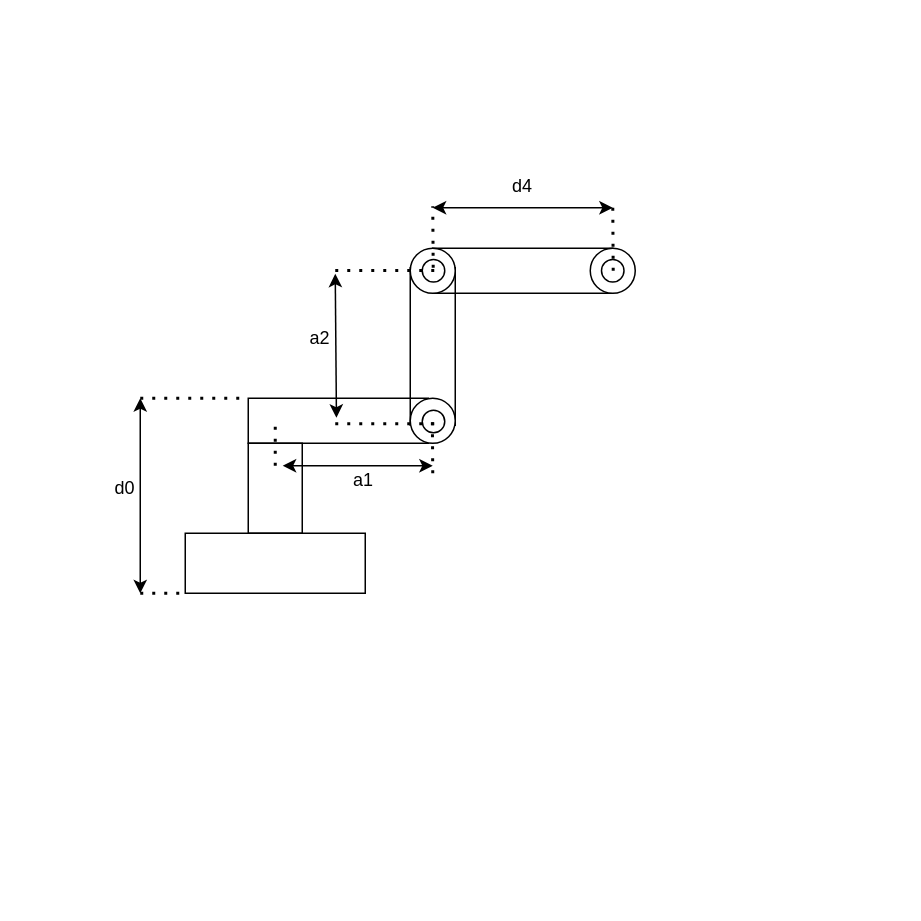
Above: moro.drawio in kbieniekpw/drawio_projects (draw.io), before the change. Source tidied: cells renumbered, new cells numbered last; positions are measured from the earlier drawing's top-left corner, leaving out a move shared by most shapes. Both pictures are drawn from the tidied source at 150%, with x=0, y=0 at pixel (80, 164).
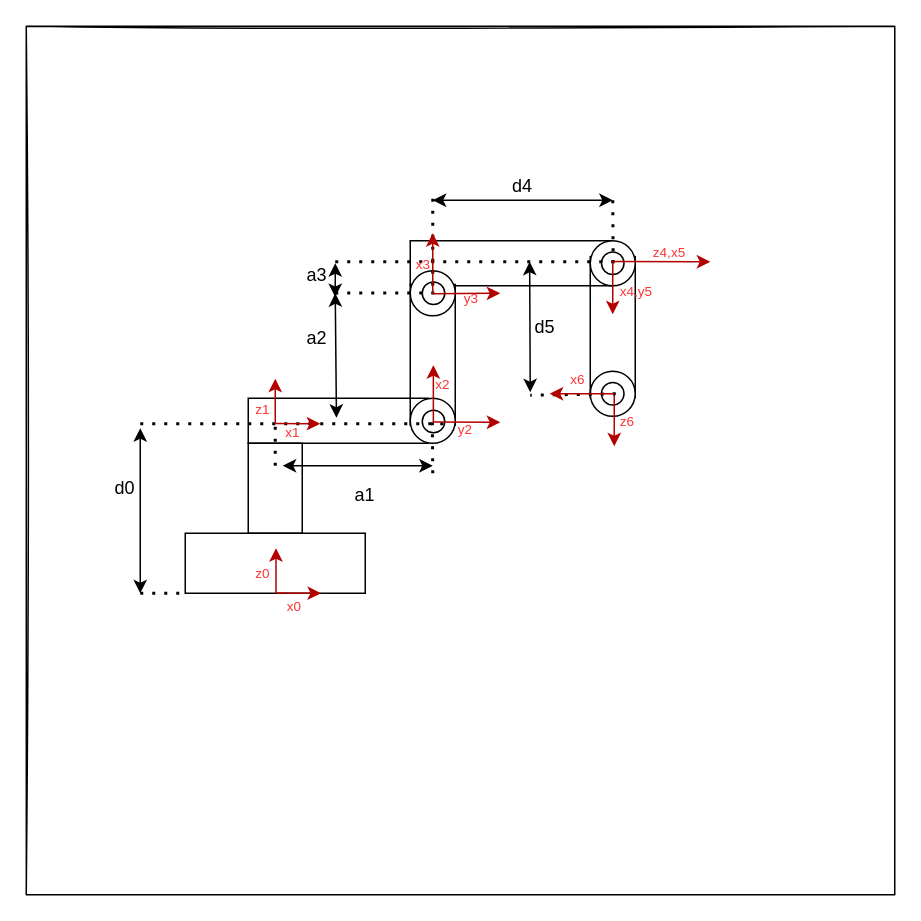
The same diagram, later.

Unchanged cells that the change refers to:
```xml
<mxCell id="5" style="rounded=0;whiteSpace=wrap;html=1;fillColor=none;" parent="1" vertex="1">
  <mxGeometry x="112" y="156" width="120" height="30" as="geometry" />
</mxCell>
```

The edit, as a diff of the source:
```diff
@@
+    <mxCell id="29" style="whiteSpace=wrap;html=1;sketch=1;fontSize=9;fontColor=#FF3333;fillColor=default;" parent="1" vertex="1">
+      <mxGeometry x="-36" y="-92" width="579" height="579" as="geometry" />
+    </mxCell>
+    <mxCell id="30" style="rounded=0;whiteSpace=wrap;html=1;rotation=-90;fillColor=none;" parent="1" vertex="1">
+      <mxGeometry x="308.1" y="93.5" width="93.8" height="30" as="geometry" />
+    </mxCell>
     <mxCell id="2" style="rounded=0;whiteSpace=wrap;html=1;fillColor=none;" parent="1" vertex="1">
-      <mxGeometry x="235" y="56" width="120" height="30" as="geometry" />
+      <mxGeometry x="220" y="51" width="135" height="30" as="geometry" />
     </mxCell>
     <mxCell id="3" style="rounded=0;whiteSpace=wrap;html=1;rotation=-90;fillColor=none;" parent="1" vertex="1">
-      <mxGeometry x="182.5" y="106.5" width="105" height="30" as="geometry" />
+      <mxGeometry x="188.1" y="112.1" width="93.8" height="30" as="geometry" />
     </mxCell>
@@
     <mxCell id="7" style="endArrow=classic;startArrow=classic;html=1;rounded=0;" parent="1" edge="1">
       <mxGeometry relative="1" as="geometry">
-        <mxPoint x="40" y="156" as="sourcePoint" />
+        <mxPoint x="40" y="176" as="sourcePoint" />
         <mxPoint x="40" y="286" as="targetPoint" />
       </mxGeometry>
     </mxCell>
-    <mxCell id="8" style="endArrow=none;dashed=1;html=1;dashPattern=1 3;strokeWidth=2;rounded=0;entryX=0;entryY=0;entryDx=0;entryDy=0;" parent="1" edge="1" target="5">
-      <mxGeometry relative="1" as="geometry">
-        <mxPoint x="40" y="156" as="sourcePoint" />
-      </mxGeometry>
-    </mxCell>
@@
     <mxCell id="13" value="a1" style="text;html=1;strokeColor=none;fillColor=none;align=center;verticalAlign=middle;whiteSpace=wrap;rounded=0;" parent="1" vertex="1">
-      <mxGeometry x="159" y="196" width="60" height="30" as="geometry" />
+      <mxGeometry x="160" y="206" width="60" height="30" as="geometry" />
     </mxCell>
@@
     <mxCell id="15" style="ellipse;whiteSpace=wrap;html=1;fillColor=default;" parent="1" vertex="1">
-      <mxGeometry x="220" y="56" width="30" height="30" as="geometry" />
+      <mxGeometry x="220" y="71" width="30" height="30" as="geometry" />
     </mxCell>
     <mxCell id="16" style="endArrow=classic;startArrow=classic;html=1;rounded=0;" parent="1" edge="1">
       <mxGeometry relative="1" as="geometry">
-        <mxPoint x="170" y="73" as="sourcePoint" />
+        <mxPoint x="170" y="86" as="sourcePoint" />
         <mxPoint x="170.8" y="169" as="targetPoint" />
       </mxGeometry>
     </mxCell>
-    <mxCell id="17" value="a2" style="text;html=1;strokeColor=none;fillColor=none;align=center;verticalAlign=middle;whiteSpace=wrap;rounded=0;" parent="1" vertex="1">
-      <mxGeometry x="130" y="100.5" width="60" height="30" as="geometry" />
+    <mxCell id="17" value="a3" style="text;html=1;strokeColor=none;fillColor=none;align=center;verticalAlign=middle;whiteSpace=wrap;rounded=0;" parent="1" vertex="1">
+      <mxGeometry x="128.1" y="58.5" width="60" height="30" as="geometry" />
     </mxCell>
     <mxCell id="18" style="ellipse;whiteSpace=wrap;html=1;fillColor=default;" parent="1" vertex="1">
-      <mxGeometry x="340" y="56" width="30" height="30" as="geometry" />
+      <mxGeometry x="340" y="51" width="30" height="30" as="geometry" />
     </mxCell>
     <mxCell id="19" style="endArrow=classic;startArrow=classic;html=1;rounded=0;" parent="1" edge="1">
       <mxGeometry relative="1" as="geometry">
-        <mxPoint x="235" y="29" as="sourcePoint" />
-        <mxPoint x="355" y="29" as="targetPoint" />
+        <mxPoint x="235" y="24" as="sourcePoint" />
+        <mxPoint x="355" y="24" as="targetPoint" />
       </mxGeometry>
     </mxCell>
@@
-    <mxCell id="23" style="endArrow=none;dashed=1;html=1;dashPattern=1 3;strokeWidth=2;rounded=0;" parent="1" edge="1">
-      <mxGeometry relative="1" as="geometry">
-        <mxPoint x="236" y="173" as="sourcePoint" />
-        <mxPoint x="166" y="173" as="targetPoint" />
-      </mxGeometry>
-    </mxCell>
     <mxCell id="24" style="ellipse;whiteSpace=wrap;html=1;fillColor=default;" parent="1" vertex="1">
-      <mxGeometry x="228" y="63.5" width="15" height="15" as="geometry" />
+      <mxGeometry x="228" y="78.5" width="15" height="15" as="geometry" />
     </mxCell>
     <mxCell id="25" style="ellipse;whiteSpace=wrap;html=1;fillColor=default;" parent="1" vertex="1">
-      <mxGeometry x="347.5" y="63.5" width="15" height="15" as="geometry" />
+      <mxGeometry x="347.5" y="58.5" width="15" height="15" as="geometry" />
     </mxCell>
     <mxCell id="26" style="endArrow=none;dashed=1;html=1;dashPattern=1 3;strokeWidth=2;rounded=0;" parent="1" edge="1">
       <mxGeometry relative="1" as="geometry">
-        <mxPoint x="235.3" y="69" as="sourcePoint" />
-        <mxPoint x="235" y="28" as="targetPoint" />
+        <mxPoint x="235" y="81" as="sourcePoint" />
+        <mxPoint x="235" y="23" as="targetPoint" />
       </mxGeometry>
     </mxCell>
     <mxCell id="27" style="endArrow=none;dashed=1;html=1;dashPattern=1 3;strokeWidth=2;rounded=0;" parent="1" edge="1">
       <mxGeometry relative="1" as="geometry">
-        <mxPoint x="236" y="70.8" as="sourcePoint" />
-        <mxPoint x="166" y="70.8" as="targetPoint" />
+        <mxPoint x="236" y="85.8" as="sourcePoint" />
+        <mxPoint x="166" y="85.8" as="targetPoint" />
       </mxGeometry>
     </mxCell>
     <mxCell id="28" style="endArrow=none;dashed=1;html=1;dashPattern=1 3;strokeWidth=2;rounded=0;" parent="1" edge="1">
       <mxGeometry relative="1" as="geometry">
-        <mxPoint x="355.3" y="71" as="sourcePoint" />
-        <mxPoint x="355" y="26" as="targetPoint" />
+        <mxPoint x="355.3" y="66" as="sourcePoint" />
+        <mxPoint x="355" y="21" as="targetPoint" />
       </mxGeometry>
     </mxCell>
+    <mxCell id="31" style="endArrow=none;dashed=1;html=1;dashPattern=1 3;strokeWidth=2;rounded=0;" parent="1" edge="1">
+      <mxGeometry relative="1" as="geometry">
+        <mxPoint x="356" y="65" as="sourcePoint" />
+        <mxPoint x="170" y="65" as="targetPoint" />
+      </mxGeometry>
+    </mxCell>
+    <mxCell id="32" style="endArrow=classic;startArrow=classic;html=1;rounded=0;" parent="1" edge="1">
+      <mxGeometry relative="1" as="geometry">
+        <mxPoint x="170" y="88.5" as="sourcePoint" />
+        <mxPoint x="170" y="66" as="targetPoint" />
+      </mxGeometry>
+    </mxCell>
+    <mxCell id="33" value="a2" style="text;html=1;strokeColor=none;fillColor=none;align=center;verticalAlign=middle;whiteSpace=wrap;rounded=0;" parent="1" vertex="1">
+      <mxGeometry x="128.1" y="101" width="60" height="30" as="geometry" />
+    </mxCell>
+    <mxCell id="34" style="endArrow=classic;html=1;rounded=0;fillColor=#e51400;strokeColor=#B20000;" parent="1" edge="1">
+      <mxGeometry relative="1" as="geometry">
+        <mxPoint x="130.5" y="285.8" as="sourcePoint" />
+        <mxPoint x="160.5" y="286" as="targetPoint" />
+      </mxGeometry>
+    </mxCell>
+    <mxCell id="35" style="endArrow=classic;html=1;rounded=0;fillColor=#e51400;strokeColor=#B20000;" parent="1" edge="1">
+      <mxGeometry relative="1" as="geometry">
+        <mxPoint x="130.5" y="285.8" as="sourcePoint" />
+        <mxPoint x="130.5" y="256" as="targetPoint" />
+      </mxGeometry>
+    </mxCell>
+    <mxCell id="36" value="&lt;font color=&quot;#ff3333&quot; style=&quot;font-size: 9px;&quot;&gt;x0&lt;/font&gt;" style="text;html=1;strokeColor=none;fillColor=none;align=center;verticalAlign=middle;whiteSpace=wrap;rounded=0;" parent="1" vertex="1">
+      <mxGeometry x="128.5" y="284" width="28" height="20" as="geometry" />
+    </mxCell>
+    <mxCell id="37" value="&lt;font color=&quot;#ff3333&quot; style=&quot;font-size: 9px;&quot;&gt;z0&lt;/font&gt;" style="text;html=1;strokeColor=none;fillColor=none;align=center;verticalAlign=middle;whiteSpace=wrap;rounded=0;" parent="1" vertex="1">
+      <mxGeometry x="107.5" y="262" width="28" height="20" as="geometry" />
+    </mxCell>
+    <mxCell id="38" value="&lt;font color=&quot;#ff3333&quot; style=&quot;font-size: 9px;&quot;&gt;x1&lt;/font&gt;" style="text;html=1;strokeColor=none;fillColor=none;align=center;verticalAlign=middle;whiteSpace=wrap;rounded=0;" parent="1" vertex="1">
+      <mxGeometry x="128" y="168" width="28" height="20" as="geometry" />
+    </mxCell>
+    <mxCell id="39" style="endArrow=none;dashed=1;html=1;dashPattern=1 3;strokeWidth=2;rounded=0;fontSize=9;fontColor=#FF3333;" parent="1" edge="1">
+      <mxGeometry relative="1" as="geometry">
+        <mxPoint x="40" y="173" as="sourcePoint" />
+        <mxPoint x="242" y="173" as="targetPoint" />
+      </mxGeometry>
+    </mxCell>
+    <mxCell id="40" style="endArrow=classic;html=1;rounded=0;fillColor=#e51400;strokeColor=#B20000;" parent="1" edge="1">
+      <mxGeometry relative="1" as="geometry">
+        <mxPoint x="130" y="172.8" as="sourcePoint" />
+        <mxPoint x="160" y="173" as="targetPoint" />
+      </mxGeometry>
+    </mxCell>
+    <mxCell id="41" style="endArrow=classic;html=1;rounded=0;fillColor=#e51400;strokeColor=#B20000;" parent="1" edge="1">
+      <mxGeometry relative="1" as="geometry">
+        <mxPoint x="130" y="172.8" as="sourcePoint" />
+        <mxPoint x="130" y="143" as="targetPoint" />
+      </mxGeometry>
+    </mxCell>
+    <mxCell id="42" value="&lt;font color=&quot;#ff3333&quot; style=&quot;font-size: 9px;&quot;&gt;z1&lt;/font&gt;" style="text;html=1;strokeColor=none;fillColor=none;align=center;verticalAlign=middle;whiteSpace=wrap;rounded=0;" parent="1" vertex="1">
+      <mxGeometry x="108" y="153" width="28" height="20" as="geometry" />
+    </mxCell>
+    <mxCell id="43" style="endArrow=classic;html=1;rounded=0;fillColor=#e51400;strokeColor=#B20000;" parent="1" edge="1">
+      <mxGeometry relative="1" as="geometry">
+        <mxPoint x="235" y="171.9" as="sourcePoint" />
+        <mxPoint x="280" y="172" as="targetPoint" />
+      </mxGeometry>
+    </mxCell>
+    <mxCell id="44" style="endArrow=classic;html=1;rounded=0;fillColor=#e51400;strokeColor=#B20000;" parent="1" edge="1">
+      <mxGeometry relative="1" as="geometry">
+        <mxPoint x="235.4" y="172" as="sourcePoint" />
+        <mxPoint x="235.4" y="134" as="targetPoint" />
+      </mxGeometry>
+    </mxCell>
+    <mxCell id="45" value="&lt;font style=&quot;font-size: 9px;&quot; color=&quot;#ff3333&quot;&gt;y2&lt;/font&gt;" style="text;html=1;strokeColor=none;fillColor=none;align=center;verticalAlign=middle;whiteSpace=wrap;rounded=0;" parent="1" vertex="1">
+      <mxGeometry x="243" y="166" width="28" height="20" as="geometry" />
+    </mxCell>
+    <mxCell id="46" value="&lt;font style=&quot;font-size: 9px;&quot; color=&quot;#ff3333&quot;&gt;x2&lt;/font&gt;" style="text;html=1;strokeColor=none;fillColor=none;align=center;verticalAlign=middle;whiteSpace=wrap;rounded=0;" parent="1" vertex="1">
+      <mxGeometry x="228" y="136" width="28" height="20" as="geometry" />
+    </mxCell>
+    <mxCell id="47" style="endArrow=classic;html=1;rounded=0;fillColor=#e51400;strokeColor=#B20000;" parent="1" edge="1">
+      <mxGeometry relative="1" as="geometry">
+        <mxPoint x="235" y="86.3" as="sourcePoint" />
+        <mxPoint x="280" y="86" as="targetPoint" />
+      </mxGeometry>
+    </mxCell>
+    <mxCell id="48" style="endArrow=classic;html=1;rounded=0;fillColor=#e51400;strokeColor=#B20000;" parent="1" edge="1">
+      <mxGeometry relative="1" as="geometry">
+        <mxPoint x="235" y="86.3" as="sourcePoint" />
+        <mxPoint x="235" y="46" as="targetPoint" />
+      </mxGeometry>
+    </mxCell>
+    <mxCell id="49" value="&lt;font color=&quot;#ff3333&quot; style=&quot;font-size: 9px;&quot;&gt;y3&lt;/font&gt;" style="text;html=1;strokeColor=none;fillColor=none;align=center;verticalAlign=middle;whiteSpace=wrap;rounded=0;" parent="1" vertex="1">
+      <mxGeometry x="247" y="78.5" width="28" height="20" as="geometry" />
+    </mxCell>
+    <mxCell id="50" value="&lt;font color=&quot;#ff3333&quot; style=&quot;font-size: 9px;&quot;&gt;x3&lt;/font&gt;" style="text;html=1;strokeColor=none;fillColor=none;align=center;verticalAlign=middle;whiteSpace=wrap;rounded=0;" parent="1" vertex="1">
+      <mxGeometry x="215" y="56" width="28" height="20" as="geometry" />
+    </mxCell>
+    <mxCell id="51" style="endArrow=classic;html=1;rounded=0;fillColor=#e51400;strokeColor=#B20000;" parent="1" edge="1">
+      <mxGeometry relative="1" as="geometry">
+        <mxPoint x="355" y="64.8" as="sourcePoint" />
+        <mxPoint x="355" y="100" as="targetPoint" />
+      </mxGeometry>
+    </mxCell>
+    <mxCell id="52" value="&lt;font color=&quot;#ff3333&quot; style=&quot;font-size: 9px;&quot;&gt;z4,&lt;/font&gt;&lt;font color=&quot;#ff3333&quot; style=&quot;font-size: 9px;&quot;&gt;x5&lt;/font&gt;" style="text;html=1;strokeColor=none;fillColor=none;align=center;verticalAlign=middle;whiteSpace=wrap;rounded=0;" parent="1" vertex="1">
+      <mxGeometry x="379" y="48" width="28" height="20" as="geometry" />
+    </mxCell>
+    <mxCell id="53" value="&lt;font color=&quot;#ff3333&quot; style=&quot;font-size: 9px;&quot;&gt;x4,y5&lt;/font&gt;" style="text;html=1;strokeColor=none;fillColor=none;align=center;verticalAlign=middle;whiteSpace=wrap;rounded=0;" parent="1" vertex="1">
+      <mxGeometry x="357" y="73.5" width="28" height="20" as="geometry" />
+    </mxCell>
+    <mxCell id="54" style="ellipse;whiteSpace=wrap;html=1;fillColor=default;" parent="1" vertex="1">
+      <mxGeometry x="340" y="138" width="30" height="30" as="geometry" />
+    </mxCell>
+    <mxCell id="55" style="ellipse;whiteSpace=wrap;html=1;fillColor=default;" parent="1" vertex="1">
+      <mxGeometry x="347.5" y="145.5" width="15" height="15" as="geometry" />
+    </mxCell>
+    <mxCell id="56" style="endArrow=classic;html=1;rounded=0;fillColor=#e51400;strokeColor=#B20000;" parent="1" edge="1">
+      <mxGeometry relative="1" as="geometry">
+        <mxPoint x="356" y="152.8" as="sourcePoint" />
+        <mxPoint x="356" y="188" as="targetPoint" />
+      </mxGeometry>
+    </mxCell>
+    <mxCell id="57" value="&lt;font color=&quot;#ff3333&quot; style=&quot;font-size: 9px;&quot;&gt;z6&lt;/font&gt;" style="text;html=1;strokeColor=none;fillColor=none;align=center;verticalAlign=middle;whiteSpace=wrap;rounded=0;" parent="1" vertex="1">
+      <mxGeometry x="351" y="160.5" width="28" height="20" as="geometry" />
+    </mxCell>
+    <mxCell id="58" value="&lt;font style=&quot;font-size: 9px;&quot; color=&quot;#ff3333&quot;&gt;x6&lt;/font&gt;" style="text;html=1;strokeColor=none;fillColor=none;align=center;verticalAlign=middle;whiteSpace=wrap;rounded=0;" parent="1" vertex="1">
+      <mxGeometry x="318" y="133" width="28" height="20" as="geometry" />
+    </mxCell>
+    <mxCell id="59" style="endArrow=none;dashed=1;html=1;dashPattern=1 3;strokeWidth=2;rounded=0;" parent="1" edge="1">
+      <mxGeometry relative="1" as="geometry">
+        <mxPoint x="357" y="153" as="sourcePoint" />
+        <mxPoint x="300" y="154" as="targetPoint" />
+      </mxGeometry>
+    </mxCell>
+    <mxCell id="60" style="endArrow=classic;html=1;rounded=0;fillColor=#e51400;strokeColor=#B20000;" parent="1" edge="1">
+      <mxGeometry relative="1" as="geometry">
+        <mxPoint x="355" y="64.8" as="sourcePoint" />
+        <mxPoint x="420" y="65" as="targetPoint" />
+      </mxGeometry>
+    </mxCell>
+    <mxCell id="61" style="endArrow=classic;html=1;rounded=0;fillColor=#e51400;strokeColor=#B20000;" parent="1" edge="1">
+      <mxGeometry relative="1" as="geometry">
+        <mxPoint x="356" y="153" as="sourcePoint" />
+        <mxPoint x="313" y="153" as="targetPoint" />
+      </mxGeometry>
+    </mxCell>
+    <mxCell id="62" style="endArrow=classic;startArrow=classic;html=1;rounded=0;" parent="1" edge="1">
+      <mxGeometry relative="1" as="geometry">
+        <mxPoint x="299.6" y="65" as="sourcePoint" />
+        <mxPoint x="300" y="152" as="targetPoint" />
+      </mxGeometry>
+    </mxCell>
+    <mxCell id="63" value="d5" style="text;html=1;strokeColor=none;fillColor=none;align=center;verticalAlign=middle;whiteSpace=wrap;rounded=0;" parent="1" vertex="1">
+      <mxGeometry x="280" y="93.5" width="60" height="30" as="geometry" />
+    </mxCell>
```
